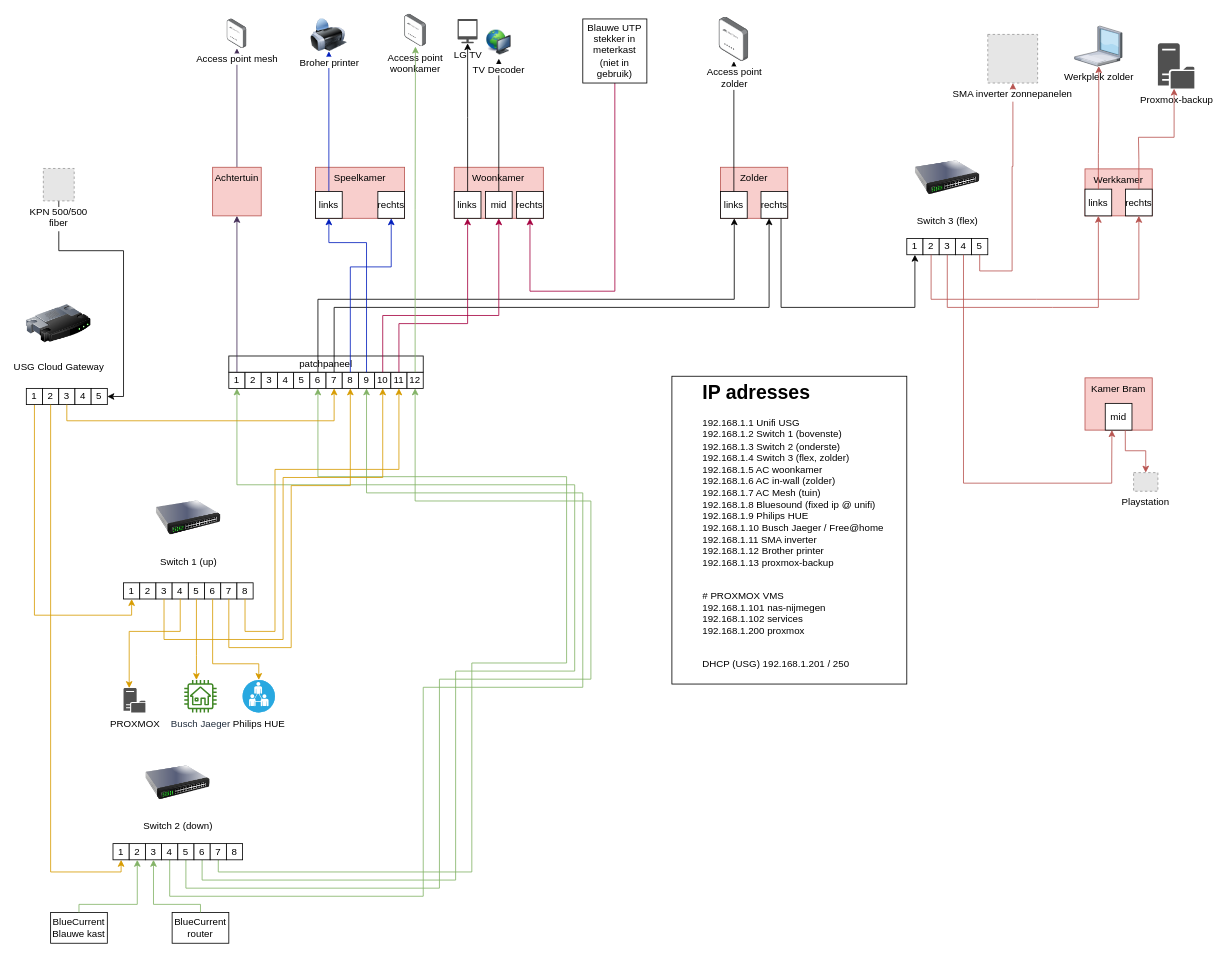
This is docs/network-diagram.drawio from rogierlommers/homelab, a draw.io file, before an edit. Source tidied: cells renumbered, new cells numbered last; positions are measured from the earlier drawing's top-left corner, leaving out a move shared by most shapes. Both pictures are drawn from the tidied source at 81%, with x=0, y=0 at pixel (26, 14). Pictures stored in the file or linked from it are replaced by grey dashed boxes.
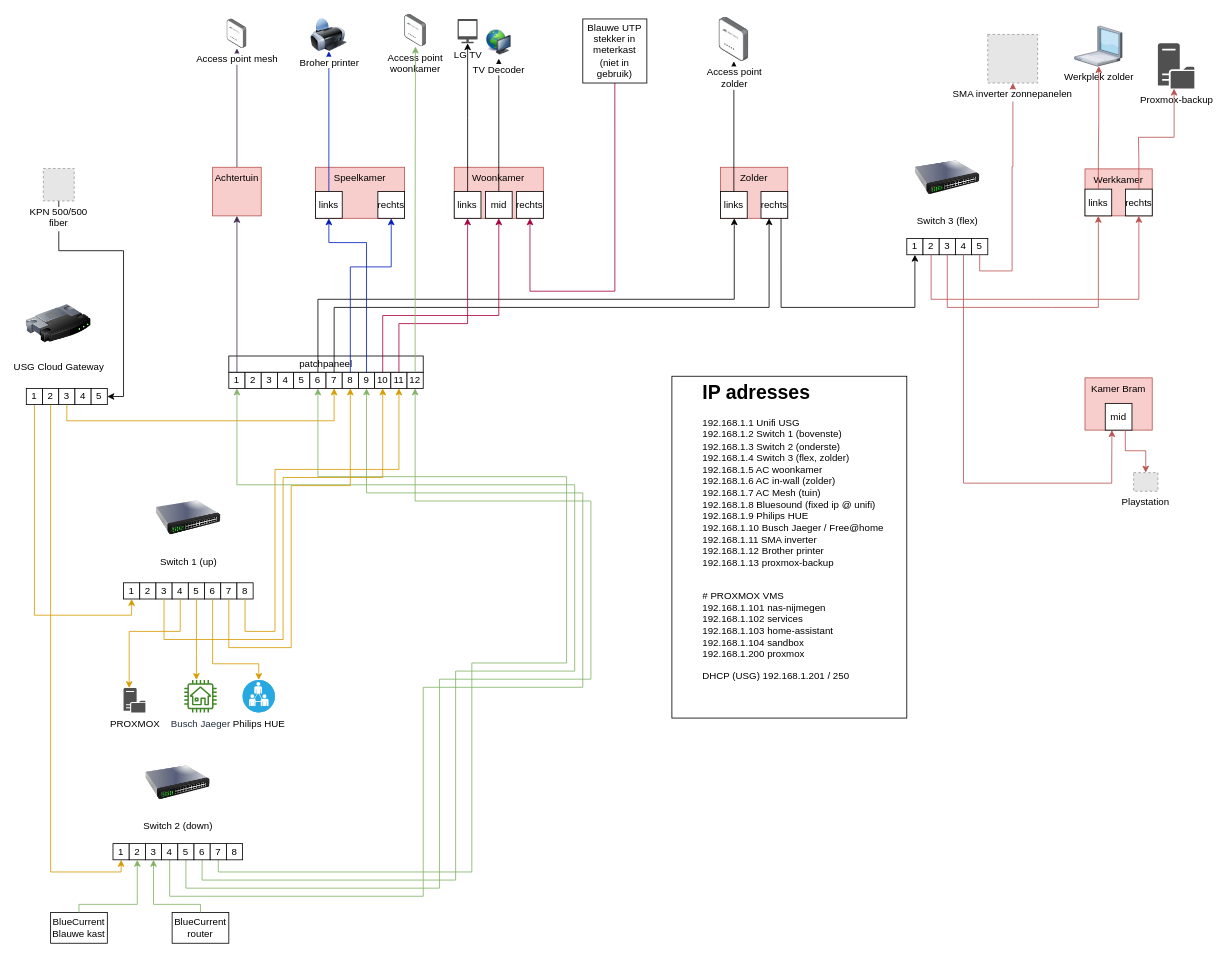
The same page after the edit.

Commit message:
fix: update network diagram with corrected IP addresses and adjust geometry dimensions

Diff of the diagram source:
```diff
@@
     <mxCell id="91" style="whiteSpace=wrap;html=1;imageAspect=0;" parent="1" vertex="1">
-      <mxGeometry x="797" y="447" width="290" height="380" as="geometry" />
+      <mxGeometry x="797" y="447" width="290" height="422" as="geometry" />
     </mxCell>
-    <mxCell id="92" value="&lt;h1&gt;IP adresses&lt;/h1&gt;&lt;p&gt;192.168.1.1 Unifi USG&lt;br&gt;192.168.1.2 Switch 1 (bovenste)&lt;br&gt;192.168.1.3 Switch 2 (onderste)&lt;br&gt;192.168.1.4 Switch 3 (flex, zolder)&lt;br&gt;192.168.1.5 AC woonkamer&lt;br&gt;192.168.1.6 AC in-wall (zolder)&lt;br&gt;192.168.1.7 AC Mesh (tuin)&lt;br&gt;192.168.1.8 Bluesound (fixed ip @ unifi)&lt;br&gt;192.168.1.9 Philips HUE&lt;br&gt;192.168.1.10 Busch Jaeger / Free@home&lt;br&gt;192.168.1.11 SMA inverter&lt;br&gt;192.168.1.12 Brother printer&lt;br&gt;192.168.1.13 proxmox-backup&lt;br&gt;&lt;br&gt;&lt;/p&gt;&lt;p&gt;# PROXMOX VMS&lt;br&gt;192.168.1.101 nas-nijmegen&lt;br&gt;192.168.1.102 services&lt;br&gt;192.168.1.200 proxmox&lt;br&gt;&lt;br&gt;&lt;/p&gt;&lt;p&gt;DHCP (USG) 192.168.1.201 / 250&lt;/p&gt;" style="text;html=1;strokeColor=none;fillColor=none;spacing=5;spacingTop=-20;whiteSpace=wrap;overflow=hidden;rounded=0;" parent="1" vertex="1">
+    <mxCell id="92" value="&lt;h1&gt;IP adresses&lt;/h1&gt;&lt;p&gt;192.168.1.1 Unifi USG&lt;br&gt;192.168.1.2 Switch 1 (bovenste)&lt;br&gt;192.168.1.3 Switch 2 (onderste)&lt;br&gt;192.168.1.4 Switch 3 (flex, zolder)&lt;br&gt;192.168.1.5 AC woonkamer&lt;br&gt;192.168.1.6 AC in-wall (zolder)&lt;br&gt;192.168.1.7 AC Mesh (tuin)&lt;br&gt;192.168.1.8 Bluesound (fixed ip @ unifi)&lt;br&gt;192.168.1.9 Philips HUE&lt;br&gt;192.168.1.10 Busch Jaeger / Free@home&lt;br&gt;192.168.1.11 SMA inverter&lt;br&gt;192.168.1.12 Brother printer&lt;br&gt;192.168.1.13 proxmox-backup&lt;br&gt;&lt;br&gt;&lt;/p&gt;&lt;p&gt;# PROXMOX VMS&lt;br&gt;192.168.1.101 nas-nijmegen&lt;br&gt;192.168.1.102 services&lt;br&gt;192.168.1.103 home-assistant&lt;br&gt;192.168.1.104 sandbox&lt;br&gt;&lt;span style=&quot;background-color: transparent; color: light-dark(rgb(0, 0, 0), rgb(255, 255, 255));&quot;&gt;192.168.1.200 proxmox&lt;/span&gt;&lt;/p&gt;&lt;p&gt;&lt;span style=&quot;background-color: transparent; color: light-dark(rgb(0, 0, 0), rgb(255, 255, 255));&quot;&gt;DHCP (USG) 192.168.1.201 / 250&lt;/span&gt;&lt;/p&gt;" style="text;html=1;strokeColor=none;fillColor=none;spacing=5;spacingTop=-20;whiteSpace=wrap;overflow=hidden;rounded=0;" parent="1" vertex="1">
       <mxGeometry x="830" y="447" width="290" height="410" as="geometry" />
     </mxCell>
```
